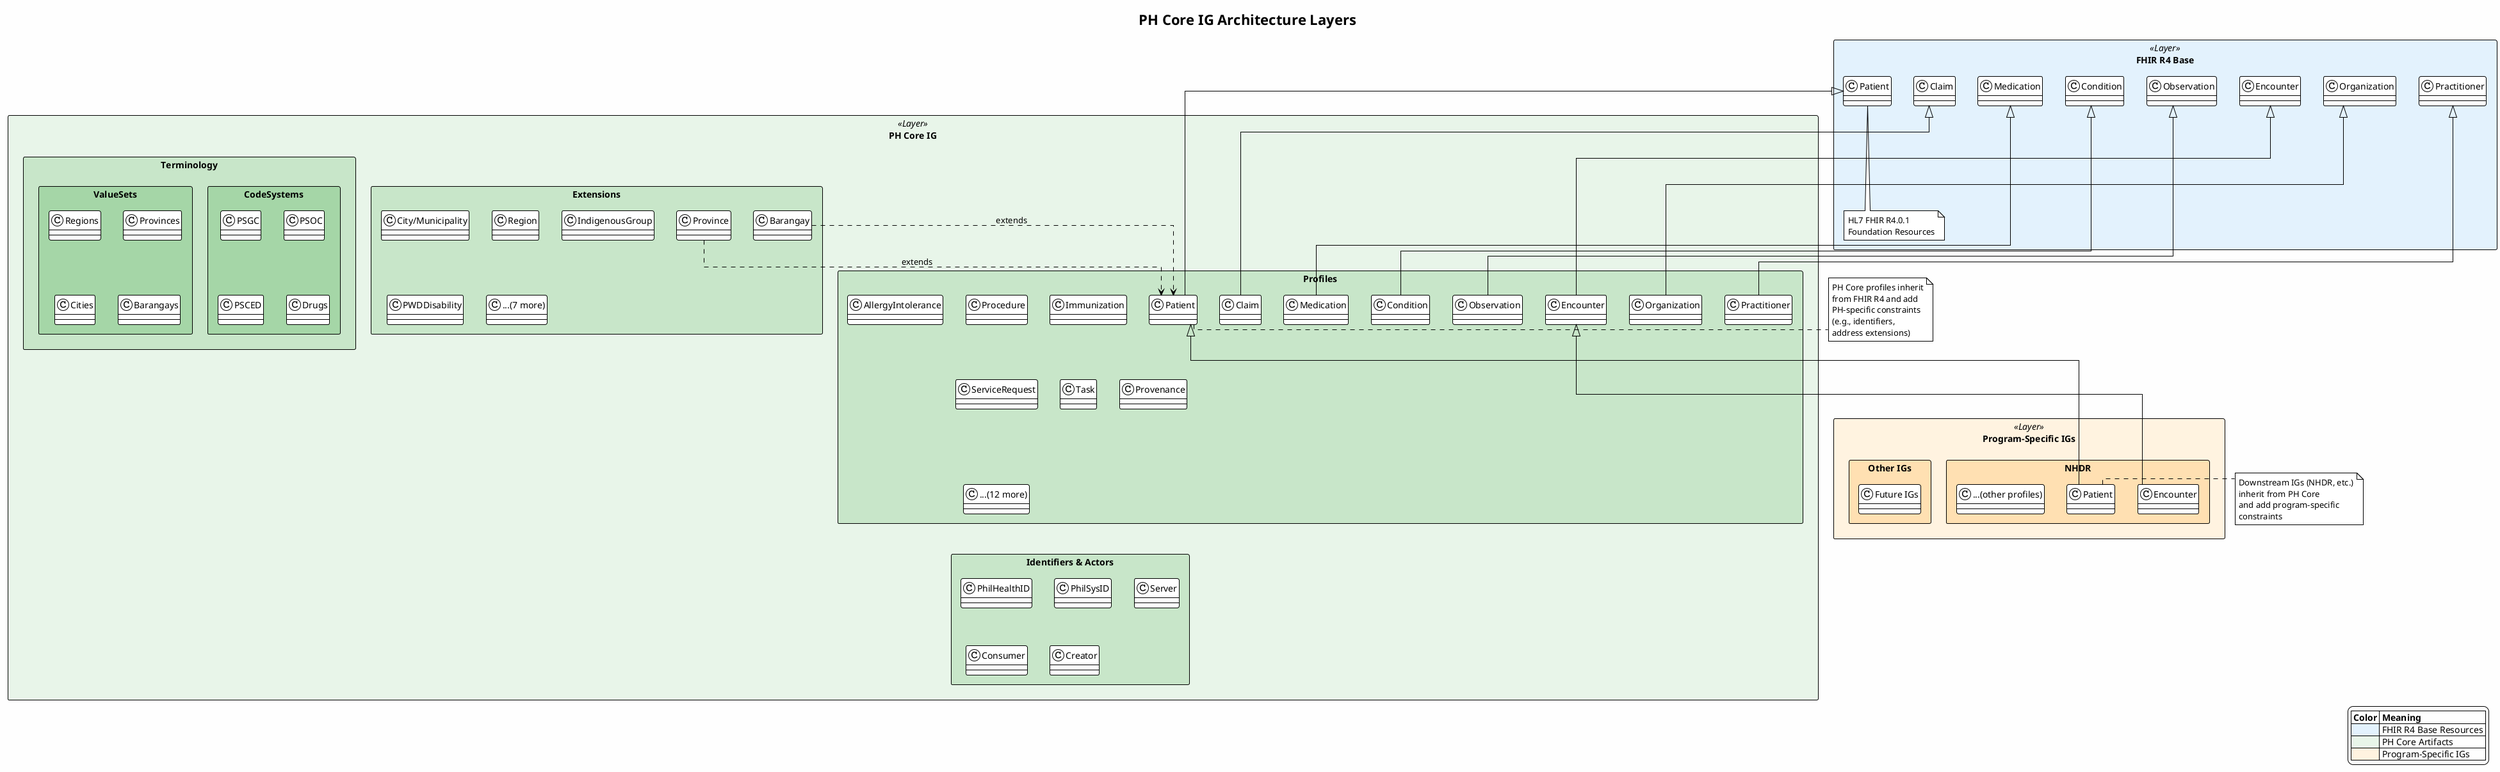
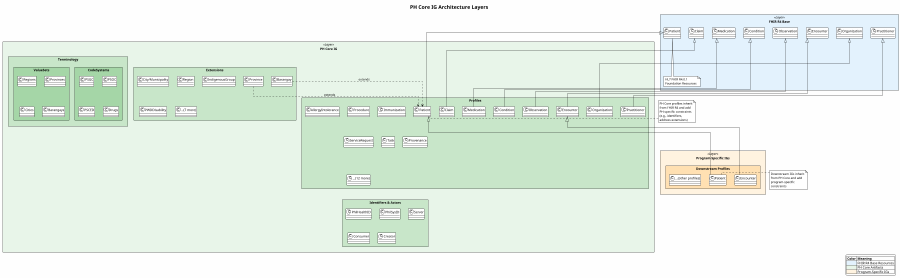
@startuml
!theme plain
skinparam backgroundColor #FEFEFE
skinparam packageStyle rectangle
skinparam linetype ortho
+ skinparam wrapWidth 150
+ scale max 900 width

title PH Core IG Architecture Layers

' === R4 BASE LAYER (Blue) ===
package "FHIR R4 Base" <<Layer>> #E3F2FD {
    together {
        class R4Patient as "Patient"
        class R4Practitioner as "Practitioner"
        class R4Organization as "Organization"
        class R4Encounter as "Encounter"
        class R4Observation as "Observation"
        class R4Condition as "Condition"
        class R4Medication as "Medication"
        class R4Claim as "Claim"
    }
    note bottom of R4Patient
        HL7 FHIR R4.0.1
        Foundation Resources
    end note
}

' === PH CORE LAYER (Green) ===
package "PH Core IG" <<Layer>> #E8F5E9 {

    package "Profiles" #C8E6C9 {
        class PHCorePatient as "Patient"
        class PHCorePractitioner as "Practitioner"
        class PHCoreOrganization as "Organization"
        class PHCoreEncounter as "Encounter"
        class PHCoreObservation as "Observation"
        class PHCoreCondition as "Condition"
        class PHCoreMedication as "Medication"
        class PHCoreClaim as "Claim"
        class PHCoreProcedure as "Procedure"
        class PHCoreImmunization as "Immunization"
        class PHCoreAllergyIntolerance as "AllergyIntolerance"
        class PHCoreServiceRequest as "ServiceRequest"
        class PHCoreTask as "Task"
        class PHCoreProvenance as "Provenance"
        class "...(12 more)" as MoreProfiles
    }

    package "Extensions" #C8E6C9 {
        class ExtBarangay as "Barangay"
        class ExtCityMun as "City/Municipality"
        class ExtProvince as "Province"
        class ExtRegion as "Region"
        class ExtIndigenous as "IndigenousGroup"
        class ExtPWD as "PWDDisability"
        class "...(7 more)" as MoreExtensions
    }

    package "Terminology" #C8E6C9 {
        package "CodeSystems" #A5D6A7 {
            class CS_PSGC as "PSGC"
            class CS_PSOC as "PSOC"
            class CS_PSCED as "PSCED"
            class CS_Drugs as "Drugs"
        }
        package "ValueSets" #A5D6A7 {
            class VS_Regions as "Regions"
            class VS_Provinces as "Provinces"
            class VS_Cities as "Cities"
            class VS_Barangays as "Barangays"
        }
    }

    package "Identifiers & Actors" #C8E6C9 {
        class ID_PhilHealth as "PhilHealthID"
        class ID_PhilSys as "PhilSysID"
        class ActorServer as "Server"
        class ActorConsumer as "Consumer"
        class ActorCreator as "Creator"
    }
}

' === PROGRAM IGs LAYER (Orange) ===
package "Program-Specific IGs" <<Layer>> #FFF3E0 {
-     package "NHDR" #FFE0B2 {
-         class NhdrPatient as "Patient"
-         class NhdrEncounter as "Encounter"
-         class "...(other profiles)" as NhdrMore
-     }
-     package "Other IGs" #FFE0B2 {
-         class "Future IGs" as FutureIGs
+     package "Downstream Profiles" #FFE0B2 {
+         class DownstreamPatient as "Patient"
+         class DownstreamEncounter as "Encounter"
+         class "...(other profiles)" as DownstreamMore
    }
}

' === INHERITANCE / RELATIONSHIP ARROWS ===
PHCorePatient --up-|> R4Patient
PHCorePractitioner --up-|> R4Practitioner
PHCoreOrganization --up-|> R4Organization
PHCoreEncounter --up-|> R4Encounter
PHCoreObservation --up-|> R4Observation
PHCoreCondition --up-|> R4Condition
PHCoreMedication --up-|> R4Medication
PHCoreClaim --up-|> R4Claim

- NhdrPatient --up-|> PHCorePatient
- NhdrEncounter --up-|> PHCoreEncounter
+ DownstreamPatient --up-|> PHCorePatient
+ DownstreamEncounter --up-|> PHCoreEncounter

' === EXTENSION USAGE ===
ExtBarangay ..> PHCorePatient : extends
ExtProvince ..> PHCorePatient : extends

note right of PHCorePatient
    PH Core profiles inherit
    from FHIR R4 and add
    PH-specific constraints
    (e.g., identifiers,
    address extensions)
end note

- note right of NhdrPatient
-     Downstream IGs (NHDR, etc.)
-     inherit from PH Core
-     and add program-specific
+ note right of DownstreamPatient
+     Downstream IGs inherit
+     from PH Core and add
+     program-specific
    constraints
end note

legend right
    |= Color |= Meaning |
    | <#E3F2FD> | FHIR R4 Base Resources |
    | <#E8F5E9> | PH Core Artifacts |
    | <#FFF3E0> | Program-Specific IGs |
endlegend

@enduml
